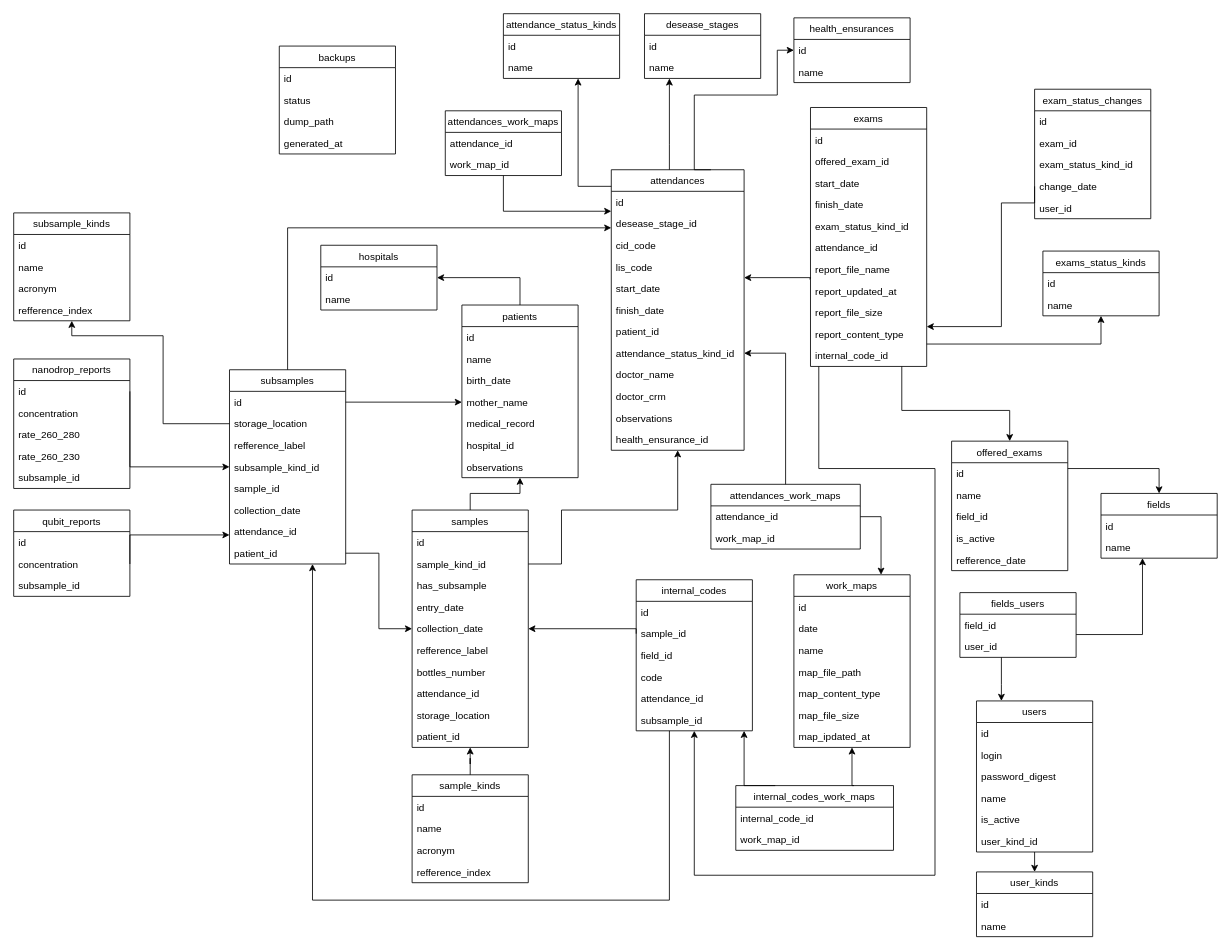
Above: database.drawio in joaofelipe1294/genomico (draw.io), before the change. Source tidied: cells renumbered, new cells numbered last; positions are measured from the earlier drawing's top-left corner, leaving out a move shared by most shapes. Both pictures are drawn from the tidied source at 83%, with x=0, y=0 at pixel (13, 13).
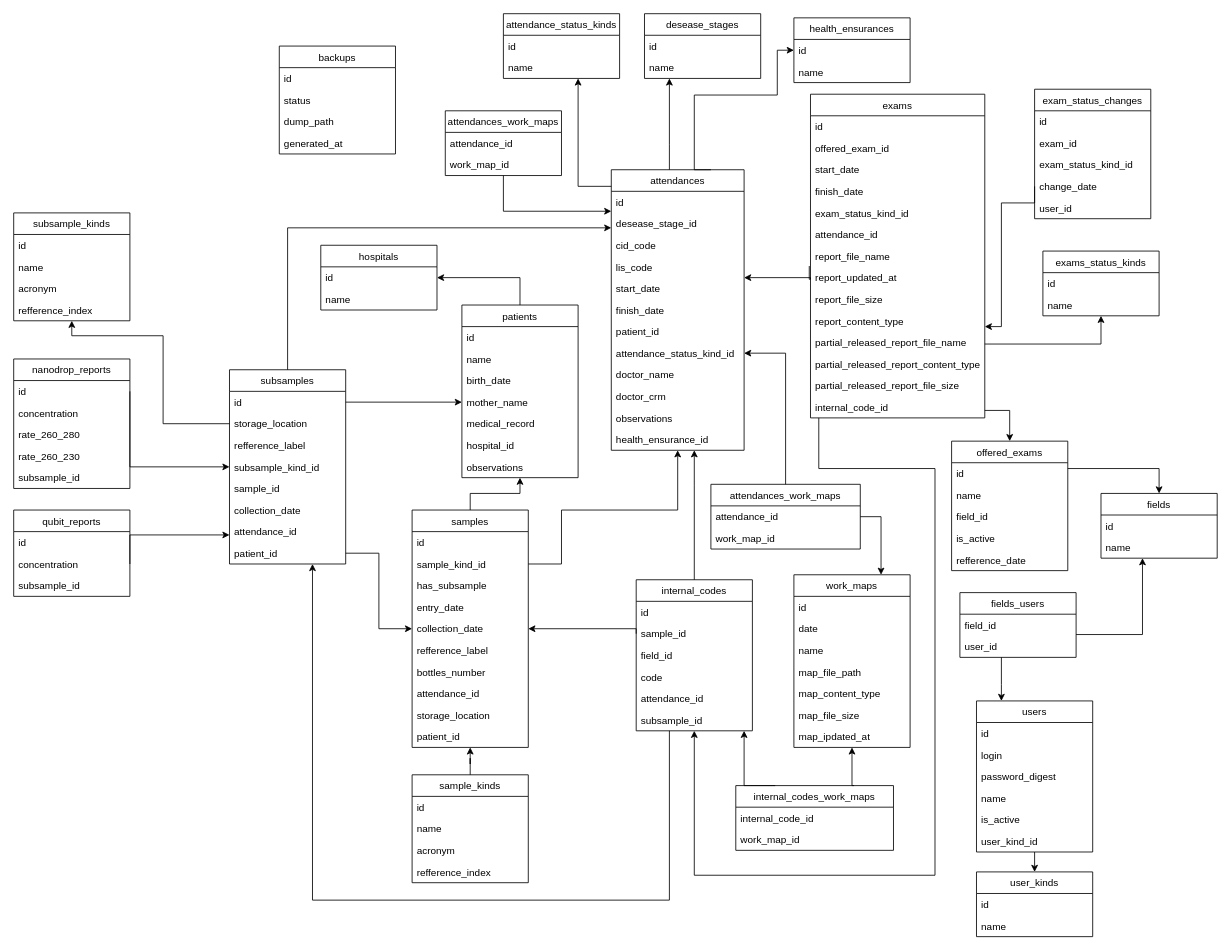
The same diagram, later.

Commit message:
Atualizado modelo com o diagrama do banco de dados.

The change refers to these unchanged cells:
```xml
<mxCell id="8" value="attendances" style="swimlane;fontStyle=0;horizontal=1;startSize=26;fillColor=none;" parent="1" vertex="1">
  <mxGeometry x="720" y="188" width="160" height="338" as="geometry" />
</mxCell>
<mxCell id="69" value="internal_codes" style="swimlane;fontStyle=0;horizontal=1;startSize=26;fillColor=none;" parent="1" vertex="1">
  <mxGeometry x="750" y="682" width="140" height="182" as="geometry" />
</mxCell>
```

The edit, as a diff of the source:
```diff
@@
     <mxCell id="43" value="exams" style="swimlane;fontStyle=0;horizontal=1;startSize=26;fillColor=none;" parent="1" vertex="1">
-      <mxGeometry x="960" y="113" width="140" height="312" as="geometry" />
+      <mxGeometry x="960" y="97" width="210" height="390" as="geometry" />
     </mxCell>
     <mxCell id="44" value="id" style="text;strokeColor=none;fillColor=none;align=left;verticalAlign=top;spacingLeft=4;spacingRight=4;overflow=hidden;" parent="43" vertex="1">
-      <mxGeometry y="26" width="140" height="26" as="geometry" />
+      <mxGeometry y="26" width="210" height="26" as="geometry" />
     </mxCell>
     <mxCell id="45" value="offered_exam_id" style="text;strokeColor=none;fillColor=none;align=left;verticalAlign=top;spacingLeft=4;spacingRight=4;overflow=hidden;" parent="43" vertex="1">
-      <mxGeometry y="52" width="140" height="26" as="geometry" />
+      <mxGeometry y="52" width="210" height="26" as="geometry" />
     </mxCell>
     <mxCell id="46" value="start_date" style="text;strokeColor=none;fillColor=none;align=left;verticalAlign=top;spacingLeft=4;spacingRight=4;overflow=hidden;" parent="43" vertex="1">
-      <mxGeometry y="78" width="140" height="26" as="geometry" />
+      <mxGeometry y="78" width="210" height="26" as="geometry" />
     </mxCell>
     <mxCell id="47" value="finish_date" style="text;strokeColor=none;fillColor=none;align=left;verticalAlign=top;spacingLeft=4;spacingRight=4;overflow=hidden;" parent="43" vertex="1">
-      <mxGeometry y="104" width="140" height="26" as="geometry" />
+      <mxGeometry y="104" width="210" height="26" as="geometry" />
     </mxCell>
     <mxCell id="48" value="exam_status_kind_id" style="text;strokeColor=none;fillColor=none;align=left;verticalAlign=top;spacingLeft=4;spacingRight=4;overflow=hidden;" parent="43" vertex="1">
-      <mxGeometry y="130" width="140" height="26" as="geometry" />
+      <mxGeometry y="130" width="210" height="26" as="geometry" />
     </mxCell>
     <mxCell id="49" value="attendance_id" style="text;strokeColor=none;fillColor=none;align=left;verticalAlign=top;spacingLeft=4;spacingRight=4;overflow=hidden;" parent="43" vertex="1">
-      <mxGeometry y="156" width="140" height="26" as="geometry" />
+      <mxGeometry y="156" width="210" height="26" as="geometry" />
     </mxCell>
     <mxCell id="50" value="report_file_name" style="text;strokeColor=none;fillColor=none;align=left;verticalAlign=top;spacingLeft=4;spacingRight=4;overflow=hidden;" parent="43" vertex="1">
-      <mxGeometry y="182" width="140" height="26" as="geometry" />
+      <mxGeometry y="182" width="210" height="26" as="geometry" />
     </mxCell>
     <mxCell id="51" value="report_updated_at" style="text;strokeColor=none;fillColor=none;align=left;verticalAlign=top;spacingLeft=4;spacingRight=4;overflow=hidden;points=[[0,0.5],[1,0.5]];portConstraint=eastwest;" parent="43" vertex="1">
-      <mxGeometry y="208" width="140" height="26" as="geometry" />
+      <mxGeometry y="208" width="210" height="26" as="geometry" />
     </mxCell>
     <mxCell id="52" value="report_file_size" style="text;strokeColor=none;fillColor=none;align=left;verticalAlign=top;spacingLeft=4;spacingRight=4;overflow=hidden;" parent="43" vertex="1">
-      <mxGeometry y="234" width="140" height="26" as="geometry" />
+      <mxGeometry y="234" width="210" height="26" as="geometry" />
     </mxCell>
     <mxCell id="53" value="report_content_type" style="text;strokeColor=none;fillColor=none;align=left;verticalAlign=top;spacingLeft=4;spacingRight=4;overflow=hidden;" parent="43" vertex="1">
-      <mxGeometry y="260" width="140" height="26" as="geometry" />
+      <mxGeometry y="260" width="210" height="26" as="geometry" />
     </mxCell>
-    <mxCell id="54" value="internal_code_id" style="text;strokeColor=none;fillColor=none;align=left;verticalAlign=top;spacingLeft=4;spacingRight=4;overflow=hidden;" parent="43" vertex="1">
-      <mxGeometry y="286" width="140" height="26" as="geometry" />
+    <mxCell id="54" value="partial_released_report_file_name" style="text;strokeColor=none;fillColor=none;align=left;verticalAlign=top;spacingLeft=4;spacingRight=4;overflow=hidden;" parent="43" vertex="1">
+      <mxGeometry y="286" width="210" height="26" as="geometry" />
     </mxCell>
+    <mxCell id="177" value="partial_released_report_content_type" style="text;strokeColor=none;fillColor=none;align=left;verticalAlign=top;spacingLeft=4;spacingRight=4;overflow=hidden;" parent="43" vertex="1">
+      <mxGeometry y="312" width="210" height="26" as="geometry" />
+    </mxCell>
+    <mxCell id="178" value="partial_released_report_file_size" style="text;strokeColor=none;fillColor=none;align=left;verticalAlign=top;spacingLeft=4;spacingRight=4;overflow=hidden;" parent="43" vertex="1">
+      <mxGeometry y="338" width="210" height="26" as="geometry" />
+    </mxCell>
+    <mxCell id="179" value="internal_code_id" style="text;strokeColor=none;fillColor=none;align=left;verticalAlign=top;spacingLeft=4;spacingRight=4;overflow=hidden;" parent="43" vertex="1">
+      <mxGeometry y="364" width="210" height="26" as="geometry" />
+    </mxCell>
@@
+    <mxCell id="180" style="edgeStyle=orthogonalEdgeStyle;rounded=0;jettySize=auto;html=1;exitX=0.5;exitY=0;exitDx=0;exitDy=0;" parent="1" edge="1" source="69" target="8">
+      <mxGeometry relative="1" as="geometry">
+        <Array as="points">
+          <mxPoint x="820" y="568" />
+          <mxPoint x="820" y="568" />
+        </Array>
+      </mxGeometry>
+    </mxCell>
```
